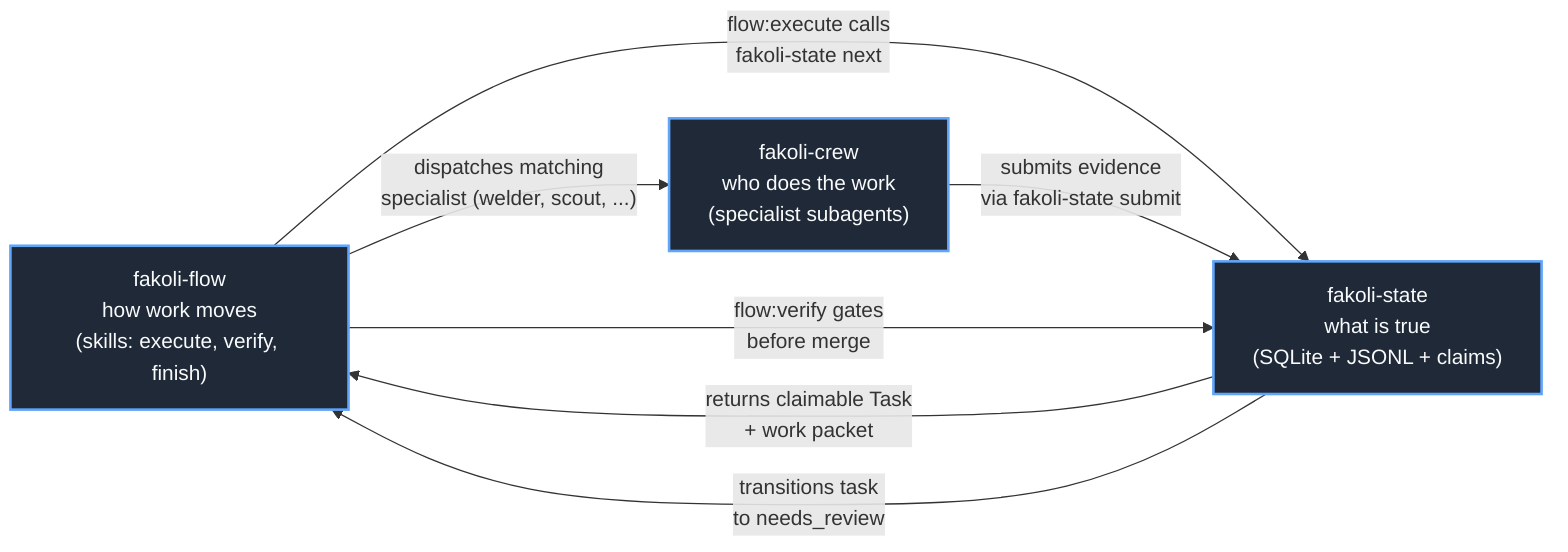
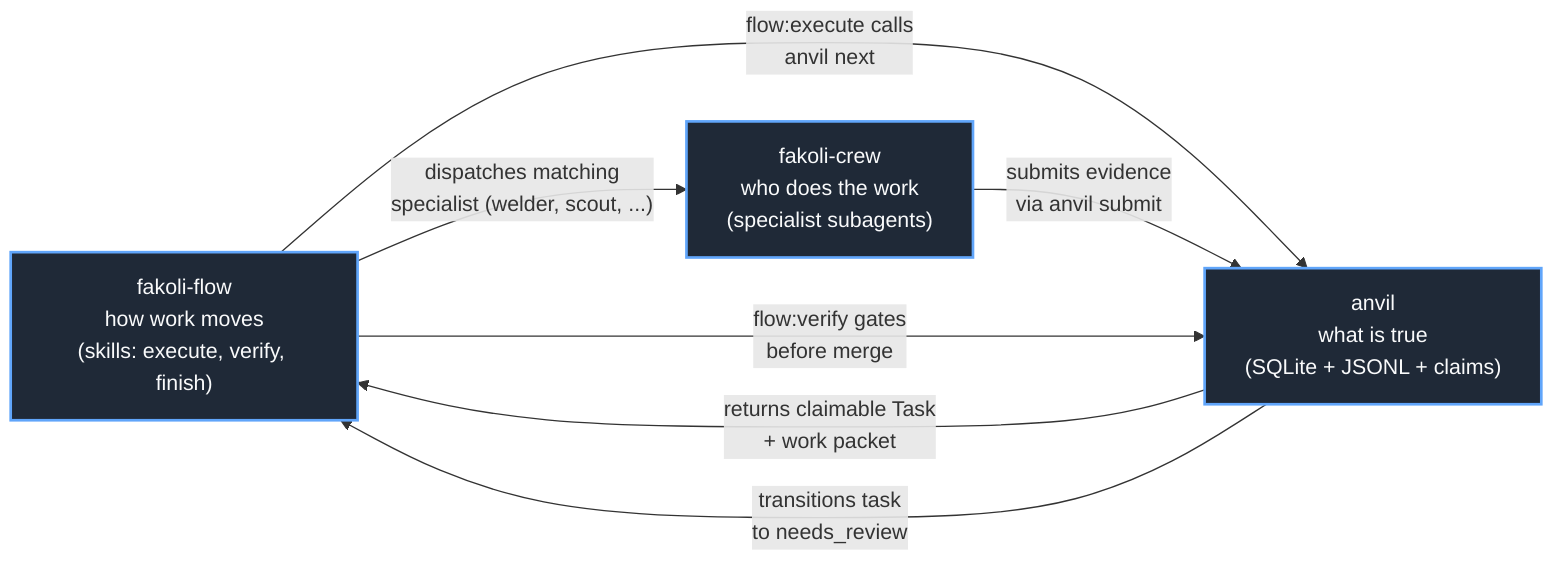
graph LR
    Flow["fakoli-flow<br/>how work moves<br/>(skills: execute, verify, finish)"]
-     State["fakoli-state<br/>what is true<br/>(SQLite + JSONL + claims)"]
+     State["anvil<br/>what is true<br/>(SQLite + JSONL + claims)"]
    Crew["fakoli-crew<br/>who does the work<br/>(specialist subagents)"]

-     Flow -->|"flow:execute calls<br/>fakoli-state next"| State
+     Flow -->|"flow:execute calls<br/>anvil next"| State
    State -->|"returns claimable Task<br/>+ work packet"| Flow
    Flow -->|"dispatches matching<br/>specialist (welder, scout, ...)"| Crew
-     Crew -->|"submits evidence<br/>via fakoli-state submit"| State
+     Crew -->|"submits evidence<br/>via anvil submit"| State
    State -->|"transitions task<br/>to needs_review"| Flow
    Flow -->|"flow:verify gates<br/>before merge"| State

    classDef trinityNode fill:#1f2937,stroke:#60a5fa,stroke-width:2px,color:#f9fafb
    class Flow,State,Crew trinityNode
